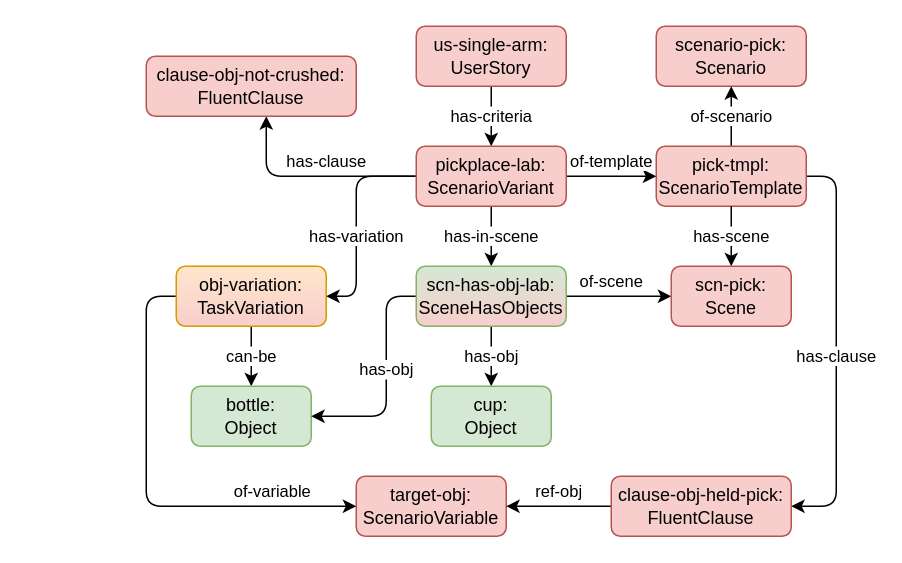
The draw.io diagram page "pick-scene-variation" (5 of 7) of bdd-example-pickplace.drawio in minhnh/drawio-diagrams, before the edit. Source tidied: cells renumbered, new cells numbered last; positions are measured from the earlier drawing's top-left corner, leaving out a move shared by most shapes. Both pictures are drawn from the tidied source at 150%, with x=0, y=0 at pixel (146, 26).
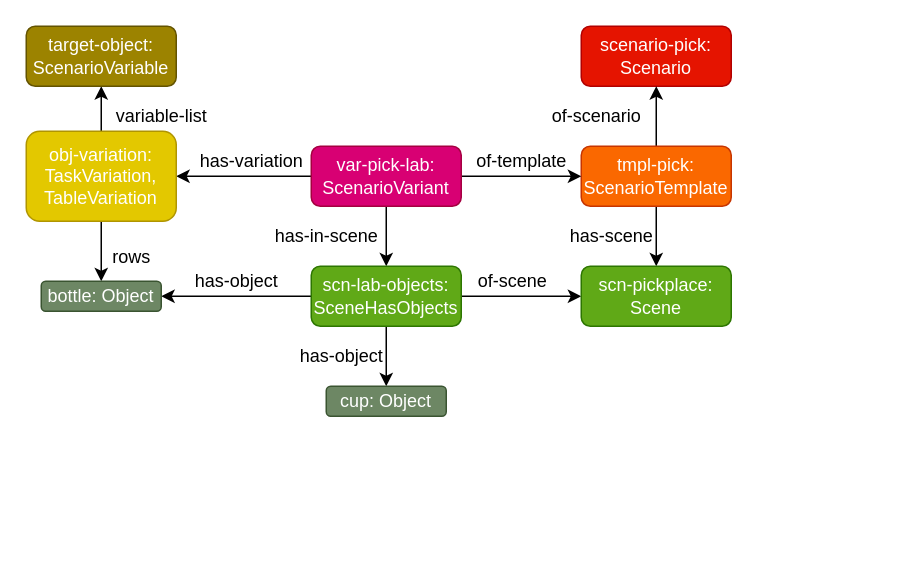
Above is the later version.

Commit message (it also covers changes not shown here):
update & color pickplace examples for bdd-dsl docs

Change to the diagram source:
```diff
@@
-    <mxCell id="2" value="scenario-pick: Scenario" style="rounded=1;whiteSpace=wrap;html=1;fillColor=#f8cecc;strokeColor=#b85450;" parent="1" vertex="1">
-      <mxGeometry x="340" width="100" height="40" as="geometry" />
-    </mxCell>
-    <mxCell id="3" value="of-scenario" style="edgeStyle=orthogonalEdgeStyle;shape=connector;rounded=1;jettySize=auto;html=1;labelBackgroundColor=default;strokeColor=default;align=center;verticalAlign=middle;fontFamily=Helvetica;fontSize=11;fontColor=default;endArrow=classic;" parent="1" edge="1" source="5" target="2">
-      <mxGeometry relative="1" as="geometry" />
+    <mxCell id="3" value="of-scenario" style="edgeStyle=orthogonalEdgeStyle;shape=connector;rounded=1;orthogonalLoop=1;jettySize=auto;html=1;labelBackgroundColor=default;strokeColor=default;align=center;verticalAlign=middle;fontFamily=Helvetica;fontSize=11;fontColor=default;endArrow=classic;" parent="1" edge="1">
+      <mxGeometry relative="1" as="geometry">
+        <mxPoint x="390" y="40" as="targetPoint" />
+      </mxGeometry>
     </mxCell>
-    <mxCell id="4" value="has-clause" style="edgeStyle=orthogonalEdgeStyle;shape=connector;rounded=1;jumpStyle=arc;jettySize=auto;html=1;labelBackgroundColor=default;strokeColor=default;align=center;verticalAlign=middle;fontFamily=Helvetica;fontSize=11;fontColor=default;endArrow=classic;" parent="1" edge="1" source="5" target="26">
-      <mxGeometry x="0.04" relative="1" as="geometry">
-        <Array as="points">
-          <mxPoint x="460" y="100" />
-          <mxPoint x="460" y="320" />
-        </Array>
-      </mxGeometry>
-    </mxCell>
-    <mxCell id="5" value="pick-tmpl: ScenarioTemplate" style="rounded=1;whiteSpace=wrap;html=1;fillColor=#f8cecc;strokeColor=#b85450;" parent="1" vertex="1">
-      <mxGeometry x="340" y="80" width="100" height="40" as="geometry" />
-    </mxCell>
-    <mxCell id="6" value="target-obj: ScenarioVariable" style="rounded=1;whiteSpace=wrap;html=1;fillColor=#f8cecc;strokeColor=#b85450;" parent="1" vertex="1">
-      <mxGeometry x="140" y="300" width="100" height="40" as="geometry" />
-    </mxCell>
-    <mxCell id="7" value="has-criteria" style="edgeStyle=orthogonalEdgeStyle;rounded=1;jettySize=auto;html=1;labelBackgroundColor=default;" parent="1" edge="1" source="8" target="17">
-      <mxGeometry relative="1" as="geometry" />
+    <mxCell id="7" value="has-criteria" style="edgeStyle=orthogonalEdgeStyle;rounded=1;orthogonalLoop=1;jettySize=auto;html=1;labelBackgroundColor=default;" parent="1" edge="1">
+      <mxGeometry relative="1" as="geometry">
+        <mxPoint x="230" y="40" as="sourcePoint" />
+      </mxGeometry>
     </mxCell>
-    <mxCell id="8" value="us-single-arm: UserStory" style="rounded=1;whiteSpace=wrap;html=1;fillColor=#f8cecc;strokeColor=#b85450;" parent="1" vertex="1">
-      <mxGeometry x="180" width="100" height="40" as="geometry" />
-    </mxCell>
-    <mxCell id="9" value="can-be" style="edgeStyle=orthogonalEdgeStyle;rounded=1;jettySize=auto;html=1;labelBackgroundColor=default;" parent="1" edge="1" source="11" target="12">
-      <mxGeometry relative="1" as="geometry" />
+    <mxCell id="9" value="rows" style="edgeStyle=orthogonalEdgeStyle;rounded=1;jettySize=auto;html=1;labelBackgroundColor=default;fontSize=12;" parent="1" edge="1" source="28" target="12">
+      <mxGeometry x="0.2" y="20" relative="1" as="geometry" />
     </mxCell>
-    <mxCell id="10" value="of-variable" style="edgeStyle=orthogonalEdgeStyle;shape=connector;rounded=1;jettySize=auto;html=1;labelBackgroundColor=default;strokeColor=default;align=center;verticalAlign=middle;fontFamily=Helvetica;fontSize=11;fontColor=default;endArrow=classic;jumpStyle=arc;" parent="1" edge="1" source="11" target="6">
-      <mxGeometry x="0.63" y="10" relative="1" as="geometry">
-        <Array as="points">
-          <mxPoint y="180" />
-          <mxPoint y="320" />
-        </Array>
-      </mxGeometry>
+    <mxCell id="10" value="variable-list" style="edgeStyle=orthogonalEdgeStyle;shape=connector;rounded=1;jettySize=auto;html=1;labelBackgroundColor=default;strokeColor=default;align=center;verticalAlign=middle;fontFamily=Helvetica;fontSize=12;fontColor=default;endArrow=classic;jumpStyle=arc;" parent="1" edge="1" source="28" target="29">
+      <mxGeometry x="0.2" y="-40" relative="1" as="geometry" />
     </mxCell>
-    <mxCell id="11" value="obj-variation: TaskVariation" style="rounded=1;whiteSpace=wrap;html=1;fillColor=#ffe6cc;strokeColor=#d79b00;gradientColor=#F8CECC;" parent="1" vertex="1">
-      <mxGeometry x="20" y="160" width="100" height="40" as="geometry" />
-    </mxCell>
-    <mxCell id="12" value="bottle:&lt;br&gt;Object" style="rounded=1;whiteSpace=wrap;html=1;fillColor=#d5e8d4;strokeColor=#82b366;" parent="1" vertex="1">
-      <mxGeometry x="30" y="240" width="80" height="40" as="geometry" />
-    </mxCell>
-    <mxCell id="13" value="has-variation" style="edgeStyle=orthogonalEdgeStyle;rounded=1;jettySize=auto;html=1;labelBackgroundColor=default;" parent="1" edge="1" source="17" target="11">
-      <mxGeometry x="0.14" relative="1" as="geometry">
+    <mxCell id="13" value="has-variation" style="edgeStyle=orthogonalEdgeStyle;rounded=1;jettySize=auto;html=1;labelBackgroundColor=default;fontSize=12;" parent="1" edge="1" source="33" target="28">
+      <mxGeometry x="-0.11" y="-10" relative="1" as="geometry">
         <Array as="points">
-          <mxPoint x="140" y="100" />
-          <mxPoint x="140" y="180" />
+          <mxPoint x="30" y="100" />
+          <mxPoint x="30" y="100" />
         </Array>
       </mxGeometry>
     </mxCell>
-    <mxCell id="14" value="of-template" style="edgeStyle=orthogonalEdgeStyle;rounded=0;jettySize=auto;html=1;" parent="1" edge="1" source="17" target="5">
-      <mxGeometry y="10" relative="1" as="geometry" />
+    <mxCell id="14" value="of-template" style="edgeStyle=orthogonalEdgeStyle;rounded=0;orthogonalLoop=1;jettySize=auto;html=1;" parent="1" edge="1">
+      <mxGeometry y="10" relative="1" as="geometry">
+        <mxPoint x="340" y="100" as="targetPoint" />
+      </mxGeometry>
     </mxCell>
-    <mxCell id="15" value="has-in-scene" style="edgeStyle=orthogonalEdgeStyle;shape=connector;rounded=1;jettySize=auto;html=1;labelBackgroundColor=default;strokeColor=default;align=center;verticalAlign=middle;fontFamily=Helvetica;fontSize=11;fontColor=default;endArrow=classic;" parent="1" edge="1" source="17" target="21">
-      <mxGeometry relative="1" as="geometry" />
+    <mxCell id="15" value="has-in-scene" style="edgeStyle=orthogonalEdgeStyle;shape=connector;rounded=1;jettySize=auto;html=1;labelBackgroundColor=default;strokeColor=default;align=center;verticalAlign=middle;fontFamily=Helvetica;fontSize=12;fontColor=default;endArrow=classic;" parent="1" edge="1" source="33" target="21">
+      <mxGeometry y="-40" relative="1" as="geometry" />
     </mxCell>
-    <mxCell id="16" value="has-clause" style="edgeStyle=orthogonalEdgeStyle;shape=connector;rounded=1;jettySize=auto;html=1;labelBackgroundColor=default;strokeColor=default;align=center;verticalAlign=middle;fontFamily=Helvetica;fontSize=11;fontColor=default;endArrow=classic;" parent="1" edge="1" source="17" target="27">
+    <mxCell id="16" value="has-clause" style="edgeStyle=orthogonalEdgeStyle;shape=connector;rounded=1;orthogonalLoop=1;jettySize=auto;html=1;labelBackgroundColor=default;strokeColor=default;align=center;verticalAlign=middle;fontFamily=Helvetica;fontSize=11;fontColor=default;endArrow=classic;" parent="1" edge="1">
       <mxGeometry x="-0.14" y="-10" relative="1" as="geometry">
+        <mxPoint x="180" y="100" as="sourcePoint" />
         <Array as="points">
           <mxPoint x="80" y="100" />
         </Array>
       </mxGeometry>
     </mxCell>
-    <mxCell id="17" value="pickplace-lab: ScenarioVariant" style="rounded=1;whiteSpace=wrap;html=1;fillColor=#f8cecc;strokeColor=#b85450;" parent="1" vertex="1">
-      <mxGeometry x="180" y="80" width="100" height="40" as="geometry" />
-    </mxCell>
-    <mxCell id="18" value="has-obj" style="edgeStyle=orthogonalEdgeStyle;shape=connector;rounded=1;jettySize=auto;html=1;labelBackgroundColor=default;strokeColor=default;align=center;verticalAlign=middle;fontFamily=Helvetica;fontSize=11;fontColor=default;endArrow=classic;" parent="1" edge="1" source="21" target="12">
-      <mxGeometry x="-0.08" relative="1" as="geometry">
-        <Array as="points">
-          <mxPoint x="160" y="180" />
-          <mxPoint x="160" y="260" />
-        </Array>
-      </mxGeometry>
+    <mxCell id="18" value="has-object" style="edgeStyle=orthogonalEdgeStyle;shape=connector;rounded=1;jettySize=auto;html=1;labelBackgroundColor=default;strokeColor=default;align=center;verticalAlign=middle;fontFamily=Helvetica;fontSize=12;fontColor=default;endArrow=classic;" parent="1" edge="1" source="21" target="12">
+      <mxGeometry y="-10" relative="1" as="geometry" />
     </mxCell>
-    <mxCell id="19" value="of-scene" style="edgeStyle=orthogonalEdgeStyle;shape=connector;rounded=1;jettySize=auto;html=1;labelBackgroundColor=default;strokeColor=default;align=center;verticalAlign=middle;fontFamily=Helvetica;fontSize=11;fontColor=default;endArrow=classic;" parent="1" edge="1" source="21" target="23">
+    <mxCell id="19" value="of-scene" style="edgeStyle=orthogonalEdgeStyle;shape=connector;rounded=1;jettySize=auto;html=1;labelBackgroundColor=default;strokeColor=default;align=center;verticalAlign=middle;fontFamily=Helvetica;fontSize=12;fontColor=default;endArrow=classic;" parent="1" edge="1" source="21" target="23">
       <mxGeometry x="-0.14" y="10" relative="1" as="geometry" />
     </mxCell>
-    <mxCell id="20" value="has-obj" style="edgeStyle=orthogonalEdgeStyle;shape=connector;rounded=1;jettySize=auto;html=1;labelBackgroundColor=default;strokeColor=default;align=center;verticalAlign=middle;fontFamily=Helvetica;fontSize=11;fontColor=default;endArrow=classic;" parent="1" edge="1" source="21" target="24">
-      <mxGeometry relative="1" as="geometry" />
+    <mxCell id="20" value="has-object" style="edgeStyle=orthogonalEdgeStyle;shape=connector;rounded=1;jettySize=auto;html=1;labelBackgroundColor=default;strokeColor=default;align=center;verticalAlign=middle;fontFamily=Helvetica;fontSize=12;fontColor=default;endArrow=classic;" parent="1" edge="1" source="21" target="24">
+      <mxGeometry y="-30" relative="1" as="geometry" />
     </mxCell>
-    <mxCell id="21" value="scn-has-obj-lab: SceneHasObjects" style="rounded=1;whiteSpace=wrap;html=1;fillColor=#d5e8d4;strokeColor=#82b366;gradientColor=#F8CECC;" parent="1" vertex="1">
-      <mxGeometry x="180" y="160" width="100" height="40" as="geometry" />
+    <mxCell id="21" value="scn-lab-objects: SceneHasObjects" style="rounded=1;whiteSpace=wrap;html=1;fillColor=#60A917;strokeColor=#2D7600;gradientColor=none;fontColor=#FFFFFF;fontSize=12;" parent="1" vertex="1">
+      <mxGeometry x="110" y="160" width="100" height="40" as="geometry" />
     </mxCell>
-    <mxCell id="22" value="has-scene" style="edgeStyle=orthogonalEdgeStyle;shape=connector;rounded=1;jettySize=auto;html=1;labelBackgroundColor=default;strokeColor=default;align=center;verticalAlign=middle;fontFamily=Helvetica;fontSize=11;fontColor=default;endArrow=classic;" parent="1" edge="1" source="5" target="23">
-      <mxGeometry relative="1" as="geometry" />
+    <mxCell id="22" value="has-scene" style="edgeStyle=orthogonalEdgeStyle;shape=connector;rounded=1;jettySize=auto;html=1;labelBackgroundColor=default;strokeColor=default;align=center;verticalAlign=middle;fontFamily=Helvetica;fontSize=12;fontColor=default;endArrow=classic;" parent="1" edge="1" source="31" target="23">
+      <mxGeometry y="-30" relative="1" as="geometry">
+        <Array as="points">
+          <mxPoint x="340" y="140" />
+          <mxPoint x="340" y="140" />
+        </Array>
+      </mxGeometry>
     </mxCell>
-    <mxCell id="23" value="scn-pick:&lt;br&gt;Scene" style="rounded=1;whiteSpace=wrap;html=1;fillColor=#f8cecc;strokeColor=#b85450;" parent="1" vertex="1">
-      <mxGeometry x="350" y="160" width="80" height="40" as="geometry" />
+    <mxCell id="23" value="scn-pickplace&lt;span style=&quot;background-color: transparent; color: light-dark(rgb(255, 255, 255), rgb(18, 18, 18));&quot;&gt;:&lt;/span&gt;&lt;div&gt;Scene&lt;/div&gt;" style="rounded=1;whiteSpace=wrap;html=1;fillColor=#60A917;strokeColor=#2D7600;fontColor=#FFFFFF;fontSize=12;" parent="1" vertex="1">
+      <mxGeometry x="290" y="160" width="100" height="40" as="geometry" />
     </mxCell>
+    <mxCell id="12" value="bottle: Object" style="rounded=1;whiteSpace=wrap;html=1;fontSize=12;fillColor=#6d8764;fontColor=#ffffff;strokeColor=#3A5431;" parent="1" vertex="1">
+      <mxGeometry x="-70" y="170" width="80" height="20" as="geometry" />
+    </mxCell>
-    <mxCell id="24" value="cup:&lt;br&gt;Object" style="rounded=1;whiteSpace=wrap;html=1;fillColor=#d5e8d4;strokeColor=#82b366;" parent="1" vertex="1">
-      <mxGeometry x="190" y="240" width="80" height="40" as="geometry" />
+    <mxCell id="24" value="cup:&amp;nbsp;&lt;span style=&quot;background-color: transparent; color: light-dark(rgb(255, 255, 255), rgb(18, 18, 18));&quot;&gt;Object&lt;/span&gt;" style="rounded=1;whiteSpace=wrap;html=1;fontSize=12;fillColor=#6d8764;fontColor=#ffffff;strokeColor=#3A5431;" parent="1" vertex="1">
+      <mxGeometry x="120" y="240" width="80" height="20" as="geometry" />
     </mxCell>
-    <mxCell id="25" value="ref-obj" style="edgeStyle=orthogonalEdgeStyle;shape=connector;rounded=1;jumpStyle=arc;jettySize=auto;html=1;labelBackgroundColor=default;strokeColor=default;align=center;verticalAlign=middle;fontFamily=Helvetica;fontSize=11;fontColor=default;endArrow=classic;" parent="1" edge="1" source="26" target="6">
-      <mxGeometry y="-10" relative="1" as="geometry" />
-    </mxCell>
-    <mxCell id="26" value="clause-obj-held-pick: FluentClause" style="rounded=1;whiteSpace=wrap;html=1;fillColor=#f8cecc;strokeColor=#b85450;" parent="1" vertex="1">
-      <mxGeometry x="310" y="300" width="120" height="40" as="geometry" />
-    </mxCell>
-    <mxCell id="27" value="clause-obj-not-crushed: FluentClause" style="rounded=1;whiteSpace=wrap;html=1;fillColor=#f8cecc;strokeColor=#b85450;" parent="1" vertex="1">
-      <mxGeometry y="20" width="140" height="40" as="geometry" />
-    </mxCell>
+    <mxCell id="28" value="obj-variation: TaskVariation, TableVariation" style="rounded=1;whiteSpace=wrap;html=1;fontSize=12;fillColor=#e3c800;strokeColor=#B09500;fontColor=#FFFFFF;" parent="1" vertex="1">
+      <mxGeometry x="-80" y="70" width="100" height="60" as="geometry" />
+    </mxCell>
+    <mxCell id="2" value="scenario-pick: Scenario" style="rounded=1;whiteSpace=wrap;html=1;fillColor=#e51400;strokeColor=#B20000;fontSize=12;labelBackgroundColor=none;fontColor=#ffffff;" parent="1" vertex="1">
+      <mxGeometry x="290" width="100" height="40" as="geometry" />
+    </mxCell>
+    <mxCell id="29" value="target-object: ScenarioVariable" style="rounded=1;whiteSpace=wrap;html=1;fillColor=#9C8300;strokeColor=#635300;fontSize=12;labelBackgroundColor=none;fontColor=#ffffff;" parent="1" vertex="1">
+      <mxGeometry x="-80" width="100" height="40" as="geometry" />
+    </mxCell>
+    <mxCell id="30" value="of-scenario" style="edgeStyle=orthogonalEdgeStyle;shape=connector;rounded=1;jumpStyle=arc;jettySize=auto;html=1;strokeColor=default;align=center;verticalAlign=middle;fontFamily=Helvetica;fontSize=12;fontColor=default;labelBackgroundColor=default;endArrow=classic;" parent="1" edge="1" source="31" target="2">
+      <mxGeometry y="40" relative="1" as="geometry" />
+    </mxCell>
+    <mxCell id="31" value="tmpl-pick: ScenarioTemplate" style="rounded=1;whiteSpace=wrap;html=1;fillColor=#fa6800;strokeColor=#C73500;fontSize=12;fontColor=#FFFFFF;" parent="1" vertex="1">
+      <mxGeometry x="290" y="80" width="100" height="40" as="geometry" />
+    </mxCell>
+    <mxCell id="32" value="of-template" style="edgeStyle=orthogonalEdgeStyle;shape=connector;rounded=1;jumpStyle=arc;jettySize=auto;html=1;strokeColor=default;align=center;verticalAlign=middle;fontFamily=Helvetica;fontSize=12;fontColor=default;labelBackgroundColor=default;endArrow=classic;" parent="1" edge="1" source="33" target="31">
+      <mxGeometry y="10" relative="1" as="geometry" />
+    </mxCell>
+    <mxCell id="33" value="var-pick-lab: ScenarioVariant" style="rounded=1;whiteSpace=wrap;html=1;fillColor=#d80073;strokeColor=#A50040;fontSize=12;fontColor=#ffffff;" parent="1" vertex="1">
+      <mxGeometry x="110" y="80" width="100" height="40" as="geometry" />
+    </mxCell>
```
